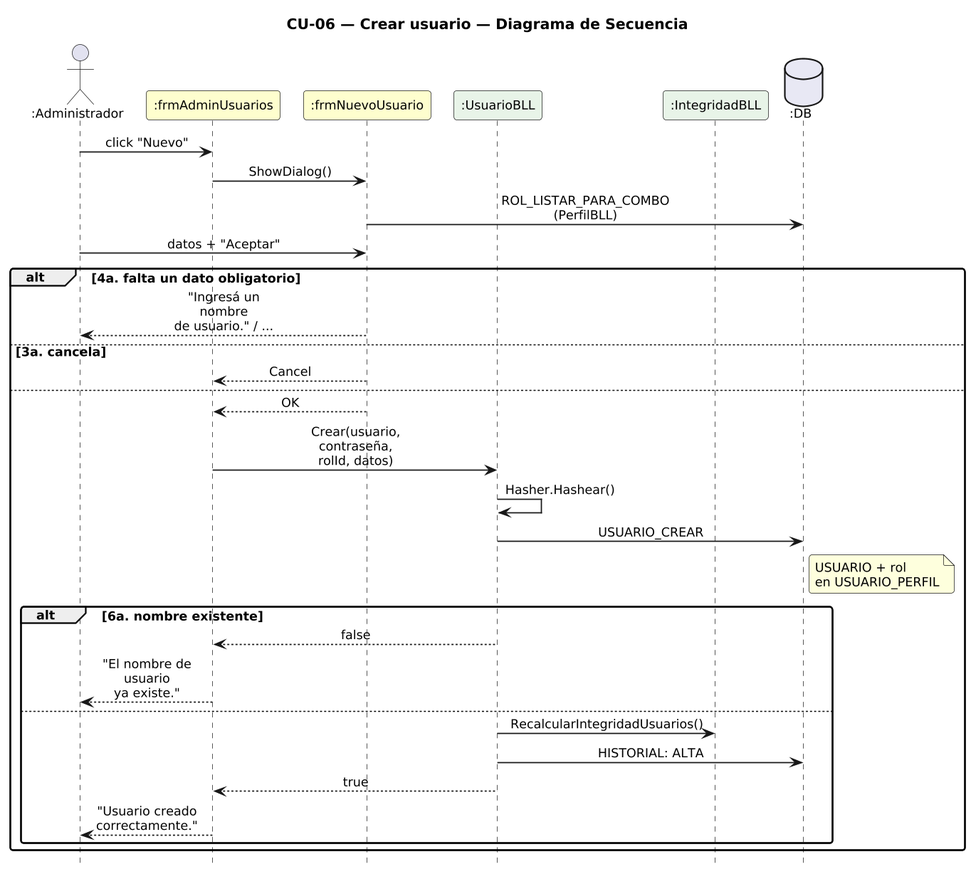
This is DIAGRAMAS/DiagramaSecuencia_CU06_CrearUsuario.png from Urrels/ingenieria_software, a PlantUML export, as it was before one commit.
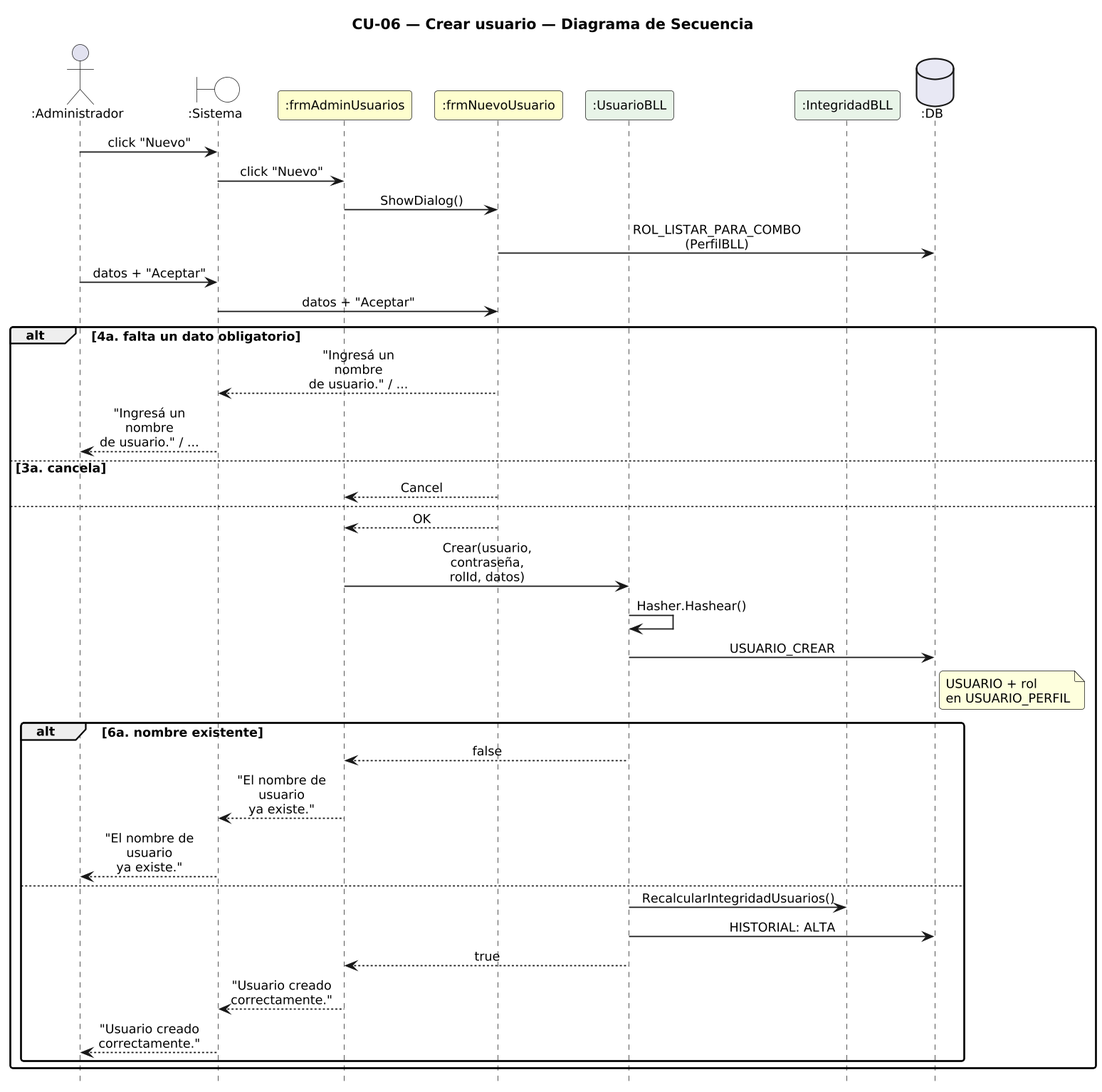
Above is the later version.

The edit, as a diff of the source:
```diff
@@ -14,18 +14,22 @@
 hide footbox
 
 actor ":Administrador" as A
+boundary ":Sistema" as SYS #FFFFFF
 participant ":frmAdminUsuarios" as F #FEFECE
 participant ":frmNuevoUsuario" as N #FEFECE
 participant ":UsuarioBLL" as B #E8F4E8
 participant ":IntegridadBLL" as I #E8F4E8
 database ":DB" as DB #E8E8F4
 
-A -> F : click "Nuevo"
+A -> SYS : click "Nuevo"
+SYS -> F : click "Nuevo"
 F -> N : ShowDialog()
 N -> DB : ROL_LISTAR_PARA_COMBO\n(PerfilBLL)
-A -> N : datos + "Aceptar"
+A -> SYS : datos + "Aceptar"
+SYS -> N : datos + "Aceptar"
 alt 4a. falta un dato obligatorio
-  N --> A : "Ingresá un nombre\nde usuario." / ...
+  N --> SYS : "Ingresá un nombre\nde usuario." / ...
+  SYS --> A : "Ingresá un nombre\nde usuario." / ...
 else 3a. cancela
   N --> F : Cancel
 else
@@ -36,12 +40,14 @@
   note right of DB : USUARIO + rol\nen USUARIO_PERFIL
   alt 6a. nombre existente
     B --> F : false
-    F --> A : "El nombre de usuario\nya existe."
+    F --> SYS : "El nombre de usuario\nya existe."
+    SYS --> A : "El nombre de usuario\nya existe."
   else
     B -> I : RecalcularIntegridadUsuarios()
     B -> DB : HISTORIAL: ALTA
     B --> F : true
-    F --> A : "Usuario creado\ncorrectamente."
+    F --> SYS : "Usuario creado\ncorrectamente."
+    SYS --> A : "Usuario creado\ncorrectamente."
   end
 end
 
```
